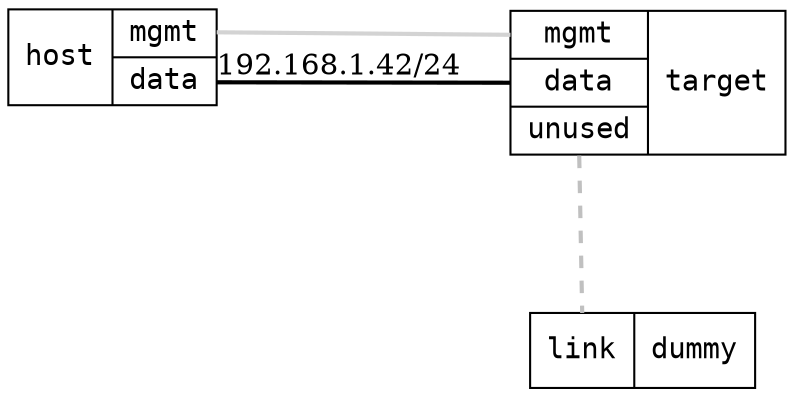
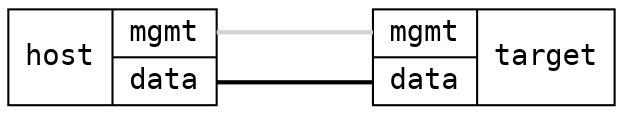
- graph "1x3" {
+ graph "1x2" {
    layout  = "neato";
    overlap = false;
    esep    = "+30";

    node [shape=record, fontname="DejaVu Sans Mono, Book"];
    edge [color="cornflowerblue", penwidth="2", fontname="DejaVu Serif, Book"];

    host [
	  label="host | { <mgmt> mgmt | <data> data }",
- 	  pos="10,10.95!",
+ 	  pos="10,10!",
	  requires="controller"
    ];

    target [
- 	    label="{ <mgmt> mgmt | <data> data | <unused> unused } | target",
- 	    pos="30,10!",
- 	    requires="infix",
-     ];
- 
-     dummy [
- 	    label="{ <link> link } | dummy",
- 	    pos="29.8,00!",
+ 	    label="{ <mgmt> mgmt | <data> data } | target",
+ 	    pos="40,10!",
	    requires="infix",
    ];

    host:mgmt -- target:mgmt [requires="mgmt", color="lightgray"]
-     host:data -- target:data [color=black, fontcolor=black, taillabel="192.168.1.42/24"]
-     target:unused -- dummy:link [color="gray", style="dashed"]
+     host:data -- target:data [color=black]
}
